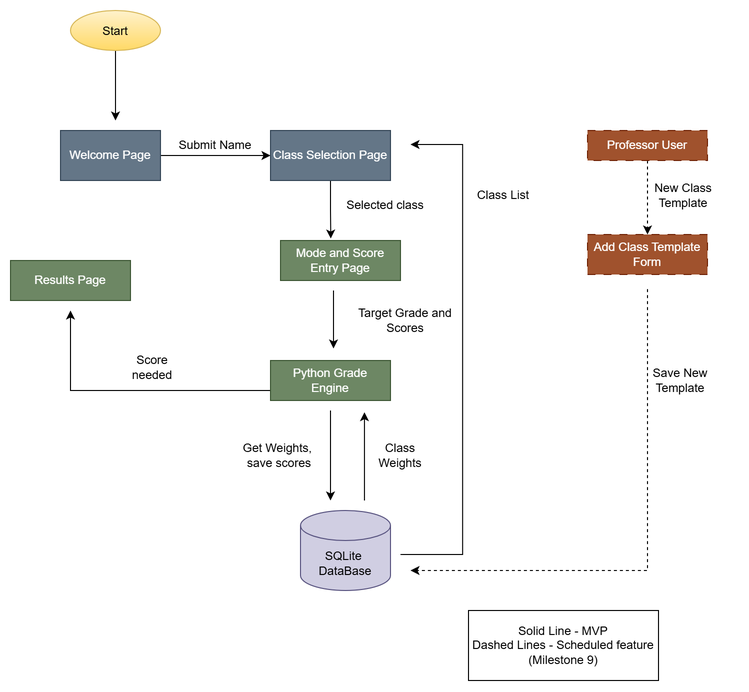
Above: SystemDiagram.drawio.png in npoduval123/Grade-Predictor- (draw.io), before the change. Source tidied: cells renumbered, new cells last; positions are measured from the earlier drawing's top-left corner, leaving out a move shared by most shapes. Its diagram source:
```xml
<mxGraphModel>
  <root>
    <mxCell id="0" />
    <mxCell id="1" parent="0" />
    <mxCell id="2" style="edgeStyle=orthogonalEdgeStyle;rounded=0;jettySize=auto;html=1;defaultLabelBackgroundColor=page;" parent="1" edge="1" source="3" target="5">
      <mxGeometry relative="1" as="geometry" />
    </mxCell>
    <mxCell id="3" value="Welcome Page" style="rounded=0;whiteSpace=wrap;html=1;fillColor=#647687;strokeColor=#314354;fontColor=#ffffff;" parent="1" vertex="1">
      <mxGeometry x="50" y="120" width="100" height="50" as="geometry" />
    </mxCell>
    <mxCell id="4" style="edgeStyle=orthogonalEdgeStyle;rounded=0;jettySize=auto;html=1;defaultLabelBackgroundColor=page;entryX=0.419;entryY=-0.049;entryDx=0;entryDy=0;entryPerimeter=0;" parent="1" edge="1" source="5" target="25">
      <mxGeometry relative="1" as="geometry" />
    </mxCell>
    <mxCell id="5" value="Class Selection Page" style="rounded=0;whiteSpace=wrap;html=1;fillColor=#647687;fontColor=#ffffff;strokeColor=#314354;" parent="1" vertex="1">
      <mxGeometry x="260" y="120" width="120" height="50" as="geometry" />
    </mxCell>
    <mxCell id="6" style="edgeStyle=orthogonalEdgeStyle;rounded=0;orthogonalLoop=1;jettySize=auto;html=1;defaultLabelBackgroundColor=page;" parent="1" edge="1">
      <mxGeometry relative="1" as="geometry">
        <mxPoint x="260" y="380" as="sourcePoint" />
        <mxPoint x="60" y="300" as="targetPoint" />
      </mxGeometry>
    </mxCell>
    <mxCell id="7" value="Python Grade&lt;div&gt;Engine&lt;/div&gt;" style="rounded=0;whiteSpace=wrap;html=1;fillColor=#6d8764;strokeColor=#3A5431;fontColor=#ffffff;" parent="1" vertex="1">
      <mxGeometry x="260" y="350" width="120" height="40" as="geometry" />
    </mxCell>
    <mxCell id="8" value="SQLite&amp;nbsp;&lt;div&gt;DataBase&lt;/div&gt;" style="shape=cylinder3;whiteSpace=wrap;html=1;boundedLbl=1;backgroundOutline=1;size=15;fillColor=#d0cee2;strokeColor=#56517e;rounded=0;" parent="1" vertex="1">
      <mxGeometry x="290" y="500" width="90" height="80" as="geometry" />
    </mxCell>
    <mxCell id="9" value="Add Class Template&lt;div&gt;Form&lt;/div&gt;" style="rounded=0;whiteSpace=wrap;html=1;dashed=1;dashPattern=8 8;fillColor=light-dark(#A0522D,#C6A569);strokeColor=light-dark(#6D1F00,#654F1B);fontColor=#ffffff;" parent="1" vertex="1">
      <mxGeometry x="577" y="224" width="120" height="40" as="geometry" />
    </mxCell>
    <mxCell id="10" style="edgeStyle=orthogonalEdgeStyle;rounded=0;jettySize=auto;html=1;defaultLabelBackgroundColor=page;dashed=1;" parent="1" edge="1" source="11" target="9">
      <mxGeometry relative="1" as="geometry" />
    </mxCell>
    <mxCell id="11" value="Professor User" style="rounded=0;whiteSpace=wrap;html=1;dashed=1;dashPattern=8 8;fillColor=light-dark(#A0522D,#C6A569);strokeColor=light-dark(#6D1F00,#654F1B);fontColor=#ffffff;" parent="1" vertex="1">
      <mxGeometry x="577" y="120" width="120" height="30" as="geometry" />
    </mxCell>
    <mxCell id="12" value="Submit Name" style="text;html=1;whiteSpace=wrap;strokeColor=none;fillColor=none;align=center;verticalAlign=middle;rounded=0;" parent="1" vertex="1">
      <mxGeometry x="150" y="120" width="110" height="30" as="geometry" />
    </mxCell>
    <mxCell id="13" style="endArrow=classic;html=1;rounded=0;defaultLabelBackgroundColor=page;" parent="1" edge="1">
      <mxGeometry x="-0.07" relative="1" as="geometry">
        <mxPoint x="320" y="400" as="sourcePoint" />
        <mxPoint x="320" y="490" as="targetPoint" />
        <Array as="points">
          <mxPoint x="320" y="430" />
        </Array>
      </mxGeometry>
    </mxCell>
    <mxCell id="14" value="Get Weights,&amp;nbsp;&lt;div&gt;save scores&lt;/div&gt;" style="text;html=1;whiteSpace=wrap;strokeColor=none;fillColor=none;align=center;verticalAlign=middle;rounded=0;" parent="1" vertex="1">
      <mxGeometry x="214" y="430" width="110" height="30" as="geometry" />
    </mxCell>
    <mxCell id="15" style="edgeStyle=orthogonalEdgeStyle;rounded=0;orthogonalLoop=1;jettySize=auto;html=1;defaultLabelBackgroundColor=page;dashed=1;" parent="1" edge="1">
      <mxGeometry x="-0.55" relative="1" as="geometry">
        <mxPoint x="637" y="278.6" as="sourcePoint" />
        <mxPoint x="400" y="560" as="targetPoint" />
        <Array as="points">
          <mxPoint x="637" y="560" />
        </Array>
      </mxGeometry>
    </mxCell>
    <mxCell id="16" value="Save New&lt;div&gt;Template&lt;/div&gt;" style="text;html=1;whiteSpace=wrap;strokeColor=none;fillColor=none;align=center;verticalAlign=middle;rounded=0;" parent="1" vertex="1">
      <mxGeometry x="615" y="355" width="110" height="30" as="geometry" />
    </mxCell>
    <mxCell id="17" value="New Class Template" style="text;html=1;whiteSpace=wrap;strokeColor=none;fillColor=none;align=center;verticalAlign=middle;rounded=0;" parent="1" vertex="1">
      <mxGeometry x="618" y="170" width="110" height="30" as="geometry" />
    </mxCell>
    <mxCell id="18" value="Solid Line - MVP&lt;div&gt;Dashed Lines - Scheduled feature&lt;/div&gt;&lt;div&gt;(Milestone 9)&lt;/div&gt;" style="rounded=0;whiteSpace=wrap;html=1;" parent="1" vertex="1">
      <mxGeometry x="458" y="600" width="190" height="70" as="geometry" />
    </mxCell>
    <mxCell id="19" style="edgeStyle=orthogonalEdgeStyle;rounded=0;jettySize=auto;html=1;defaultLabelBackgroundColor=page;" parent="1" edge="1" source="20">
      <mxGeometry relative="1" as="geometry">
        <mxPoint x="105" y="110" as="targetPoint" />
      </mxGeometry>
    </mxCell>
    <mxCell id="20" value="Start" style="ellipse;whiteSpace=wrap;html=1;shapeInside=1;rounded=0;fillColor=#fff2cc;strokeColor=#d6b656;gradientColor=#ffd966;" parent="1" vertex="1">
      <mxGeometry x="60" width="90" height="40" as="geometry" />
    </mxCell>
    <mxCell id="21" value="Results Page" style="rounded=0;whiteSpace=wrap;html=1;fillColor=#6d8764;strokeColor=#3A5431;fontColor=#ffffff;" parent="1" vertex="1">
      <mxGeometry y="250" width="120" height="40" as="geometry" />
    </mxCell>
    <mxCell id="22" value="Target Grade and Scores" style="text;html=1;whiteSpace=wrap;strokeColor=none;fillColor=none;align=center;verticalAlign=middle;rounded=0;" parent="1" vertex="1">
      <mxGeometry x="340" y="295" width="110" height="30" as="geometry" />
    </mxCell>
    <mxCell id="23" value="Score&lt;div&gt;needed&lt;/div&gt;" style="text;html=1;whiteSpace=wrap;strokeColor=none;fillColor=none;align=center;verticalAlign=middle;rounded=0;" parent="1" vertex="1">
      <mxGeometry x="87" y="342" width="110" height="30" as="geometry" />
    </mxCell>
    <mxCell id="24" style="edgeStyle=orthogonalEdgeStyle;rounded=0;orthogonalLoop=1;jettySize=auto;html=1;defaultLabelBackgroundColor=page;entryX=0.036;entryY=-0.277;entryDx=0;entryDy=0;entryPerimeter=0;" parent="1" edge="1">
      <mxGeometry x="-0.69" relative="1" as="geometry">
        <mxPoint x="354" y="490" as="sourcePoint" />
        <mxPoint x="354" y="401.7" as="targetPoint" />
      </mxGeometry>
    </mxCell>
    <mxCell id="25" value="Mode and Score Entry Page" style="rounded=0;whiteSpace=wrap;html=1;fillColor=#6d8764;strokeColor=#3A5431;fontColor=#ffffff;" parent="1" vertex="1">
      <mxGeometry x="270" y="230" width="120" height="40" as="geometry" />
    </mxCell>
    <mxCell id="26" value="Selected class" style="text;html=1;whiteSpace=wrap;strokeColor=none;fillColor=none;align=center;verticalAlign=middle;rounded=0;" parent="1" vertex="1">
      <mxGeometry x="320" y="180" width="110" height="30" as="geometry" />
    </mxCell>
    <mxCell id="27" style="edgeStyle=orthogonalEdgeStyle;rounded=0;orthogonalLoop=1;jettySize=auto;html=1;defaultLabelBackgroundColor=page;entryX=0.419;entryY=-0.049;entryDx=0;entryDy=0;entryPerimeter=0;" parent="1" edge="1">
      <mxGeometry relative="1" as="geometry">
        <mxPoint x="323" y="280" as="sourcePoint" />
        <mxPoint x="323" y="338" as="targetPoint" />
      </mxGeometry>
    </mxCell>
    <mxCell id="28" value="Class&lt;div&gt;Weights&lt;/div&gt;" style="text;html=1;whiteSpace=wrap;strokeColor=none;fillColor=none;align=center;verticalAlign=middle;rounded=0;" parent="1" vertex="1">
      <mxGeometry x="360" y="430" width="60" height="30" as="geometry" />
    </mxCell>
    <mxCell id="29" style="endArrow=classic;html=1;rounded=0;defaultLabelBackgroundColor=page;" parent="1" edge="1">
      <mxGeometry x="-0.07" relative="1" as="geometry">
        <mxPoint x="390" y="544" as="sourcePoint" />
        <mxPoint x="400" y="134" as="targetPoint" />
        <Array as="points">
          <mxPoint x="452.1" y="544" />
          <mxPoint x="452.1" y="134" />
        </Array>
      </mxGeometry>
    </mxCell>
    <mxCell id="30" value="Class List" style="text;html=1;whiteSpace=wrap;strokeColor=none;fillColor=none;align=center;verticalAlign=middle;rounded=0;" parent="1" vertex="1">
      <mxGeometry x="463" y="170" width="60" height="30" as="geometry" />
    </mxCell>
  </root>
</mxGraphModel>
```
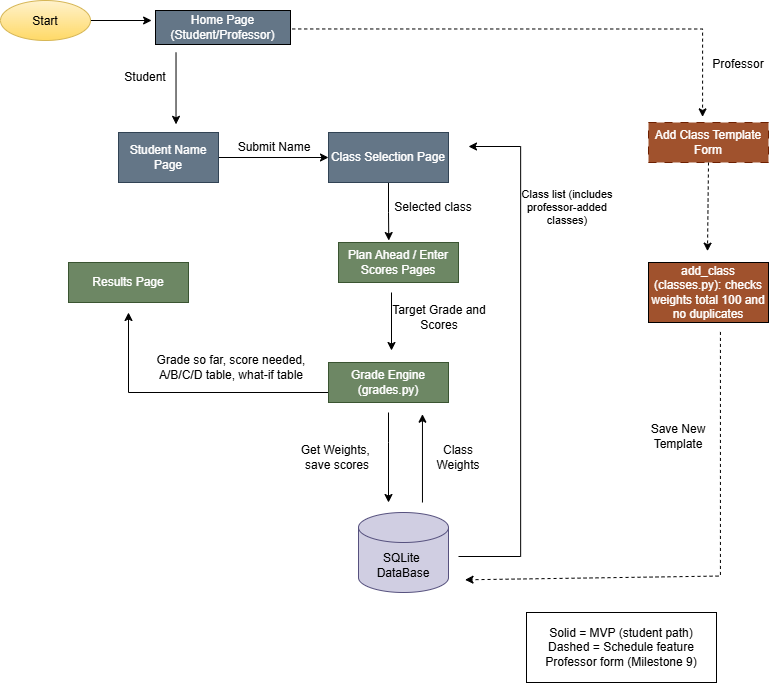
After the commit.

Commit message:
Update system diagram to match final code

Change to the diagram source:
```diff
@@ -5,7 +5,7 @@
     <mxCell id="2" style="edgeStyle=orthogonalEdgeStyle;rounded=0;jettySize=auto;html=1;defaultLabelBackgroundColor=page;" parent="1" edge="1" source="3" target="5">
       <mxGeometry relative="1" as="geometry" />
     </mxCell>
-    <mxCell id="3" value="Welcome Page" style="rounded=0;whiteSpace=wrap;html=1;fillColor=#647687;strokeColor=#314354;fontColor=#ffffff;" parent="1" vertex="1">
+    <mxCell id="3" value="Student Name Page" style="rounded=0;whiteSpace=wrap;html=1;fillColor=#647687;strokeColor=#314354;fontColor=#ffffff;" parent="1" vertex="1">
       <mxGeometry x="50" y="120" width="100" height="50" as="geometry" />
     </mxCell>
     <mxCell id="4" style="edgeStyle=orthogonalEdgeStyle;rounded=0;jettySize=auto;html=1;defaultLabelBackgroundColor=page;entryX=0.419;entryY=-0.049;entryDx=0;entryDy=0;entryPerimeter=0;" parent="1" edge="1" source="5" target="25">
@@ -20,23 +20,23 @@
         <mxPoint x="60" y="300" as="targetPoint" />
       </mxGeometry>
     </mxCell>
-    <mxCell id="7" value="Python Grade&lt;div&gt;Engine&lt;/div&gt;" style="rounded=0;whiteSpace=wrap;html=1;fillColor=#6d8764;strokeColor=#3A5431;fontColor=#ffffff;" parent="1" vertex="1">
+    <mxCell id="7" value="Grade Engine (grades.py)" style="rounded=0;whiteSpace=wrap;html=1;fillColor=#6d8764;strokeColor=#3A5431;fontColor=#ffffff;" parent="1" vertex="1">
       <mxGeometry x="260" y="350" width="120" height="40" as="geometry" />
     </mxCell>
     <mxCell id="8" value="SQLite&amp;nbsp;&lt;div&gt;DataBase&lt;/div&gt;" style="shape=cylinder3;whiteSpace=wrap;html=1;boundedLbl=1;backgroundOutline=1;size=15;fillColor=#d0cee2;strokeColor=#56517e;rounded=0;" parent="1" vertex="1">
       <mxGeometry x="290" y="500" width="90" height="80" as="geometry" />
     </mxCell>
     <mxCell id="9" value="Add Class Template&lt;div&gt;Form&lt;/div&gt;" style="rounded=0;whiteSpace=wrap;html=1;dashed=1;dashPattern=8 8;fillColor=light-dark(#A0522D,#C6A569);strokeColor=light-dark(#6D1F00,#654F1B);fontColor=#ffffff;" parent="1" vertex="1">
-      <mxGeometry x="577" y="224" width="120" height="40" as="geometry" />
+      <mxGeometry x="580" y="110" width="120" height="40" as="geometry" />
     </mxCell>
-    <mxCell id="10" style="edgeStyle=orthogonalEdgeStyle;rounded=0;jettySize=auto;html=1;defaultLabelBackgroundColor=page;dashed=1;" parent="1" edge="1" source="11" target="9">
-      <mxGeometry relative="1" as="geometry" />
+    <mxCell id="10" style="edgeStyle=orthogonalEdgeStyle;rounded=0;orthogonalLoop=1;jettySize=auto;html=1;defaultLabelBackgroundColor=page;dashed=1;" parent="1" edge="1">
+      <mxGeometry x="0.7" relative="1" as="geometry">
+        <mxPoint x="187.7" y="16.5" as="sourcePoint" />
+        <mxPoint x="634.1" y="104.4" as="targetPoint" />
+      </mxGeometry>
     </mxCell>
-    <mxCell id="11" value="Professor User" style="rounded=0;whiteSpace=wrap;html=1;dashed=1;dashPattern=8 8;fillColor=light-dark(#A0522D,#C6A569);strokeColor=light-dark(#6D1F00,#654F1B);fontColor=#ffffff;" parent="1" vertex="1">
-      <mxGeometry x="577" y="120" width="120" height="30" as="geometry" />
-    </mxCell>
-    <mxCell id="12" value="Submit Name" style="text;html=1;whiteSpace=wrap;strokeColor=none;fillColor=none;align=center;verticalAlign=middle;rounded=0;" parent="1" vertex="1">
-      <mxGeometry x="150" y="120" width="110" height="30" as="geometry" />
+    <mxCell id="12" value="Student" style="text;html=1;whiteSpace=wrap;strokeColor=none;fillColor=none;align=center;verticalAlign=middle;rounded=0;" parent="1" vertex="1">
+      <mxGeometry x="22" y="50" width="110" height="30" as="geometry" />
     </mxCell>
     <mxCell id="13" style="endArrow=classic;html=1;rounded=0;defaultLabelBackgroundColor=page;" parent="1" edge="1">
       <mxGeometry x="-0.07" relative="1" as="geometry">
@@ -50,40 +50,28 @@
     <mxCell id="14" value="Get Weights,&amp;nbsp;&lt;div&gt;save scores&lt;/div&gt;" style="text;html=1;whiteSpace=wrap;strokeColor=none;fillColor=none;align=center;verticalAlign=middle;rounded=0;" parent="1" vertex="1">
       <mxGeometry x="214" y="430" width="110" height="30" as="geometry" />
     </mxCell>
-    <mxCell id="15" style="edgeStyle=orthogonalEdgeStyle;rounded=0;orthogonalLoop=1;jettySize=auto;html=1;defaultLabelBackgroundColor=page;dashed=1;" parent="1" edge="1">
-      <mxGeometry x="-0.55" relative="1" as="geometry">
-        <mxPoint x="637" y="278.6" as="sourcePoint" />
-        <mxPoint x="400" y="560" as="targetPoint" />
-        <Array as="points">
-          <mxPoint x="637" y="560" />
-        </Array>
-      </mxGeometry>
-    </mxCell>
     <mxCell id="16" value="Save New&lt;div&gt;Template&lt;/div&gt;" style="text;html=1;whiteSpace=wrap;strokeColor=none;fillColor=none;align=center;verticalAlign=middle;rounded=0;" parent="1" vertex="1">
-      <mxGeometry x="615" y="355" width="110" height="30" as="geometry" />
+      <mxGeometry x="555" y="409" width="110" height="30" as="geometry" />
     </mxCell>
-    <mxCell id="17" value="New Class Template" style="text;html=1;whiteSpace=wrap;strokeColor=none;fillColor=none;align=center;verticalAlign=middle;rounded=0;" parent="1" vertex="1">
-      <mxGeometry x="618" y="170" width="110" height="30" as="geometry" />
-    </mxCell>
-    <mxCell id="18" value="Solid Line - MVP&lt;div&gt;Dashed Lines - Scheduled feature&lt;/div&gt;&lt;div&gt;(Milestone 9)&lt;/div&gt;" style="rounded=0;whiteSpace=wrap;html=1;" parent="1" vertex="1">
+    <mxCell id="18" value="Solid = MVP (student path) Dashed = Schedule feature Professor form (Milestone 9)" style="rounded=0;whiteSpace=wrap;html=1;" parent="1" vertex="1">
       <mxGeometry x="458" y="600" width="190" height="70" as="geometry" />
     </mxCell>
     <mxCell id="19" style="edgeStyle=orthogonalEdgeStyle;rounded=0;jettySize=auto;html=1;defaultLabelBackgroundColor=page;" parent="1" edge="1" source="20">
       <mxGeometry relative="1" as="geometry">
-        <mxPoint x="105" y="110" as="targetPoint" />
+        <mxPoint x="83.1" y="8" as="targetPoint" />
       </mxGeometry>
     </mxCell>
     <mxCell id="20" value="Start" style="ellipse;whiteSpace=wrap;html=1;shapeInside=1;rounded=0;fillColor=#fff2cc;strokeColor=#d6b656;gradientColor=#ffd966;" parent="1" vertex="1">
-      <mxGeometry x="60" width="90" height="40" as="geometry" />
+      <mxGeometry x="-68" y="-12" width="90" height="40" as="geometry" />
     </mxCell>
     <mxCell id="21" value="Results Page" style="rounded=0;whiteSpace=wrap;html=1;fillColor=#6d8764;strokeColor=#3A5431;fontColor=#ffffff;" parent="1" vertex="1">
       <mxGeometry y="250" width="120" height="40" as="geometry" />
     </mxCell>
     <mxCell id="22" value="Target Grade and Scores" style="text;html=1;whiteSpace=wrap;strokeColor=none;fillColor=none;align=center;verticalAlign=middle;rounded=0;" parent="1" vertex="1">
-      <mxGeometry x="340" y="295" width="110" height="30" as="geometry" />
+      <mxGeometry x="316" y="290" width="110" height="30" as="geometry" />
     </mxCell>
-    <mxCell id="23" value="Score&lt;div&gt;needed&lt;/div&gt;" style="text;html=1;whiteSpace=wrap;strokeColor=none;fillColor=none;align=center;verticalAlign=middle;rounded=0;" parent="1" vertex="1">
-      <mxGeometry x="87" y="342" width="110" height="30" as="geometry" />
+    <mxCell id="23" value="Grade so far, score needed, A/B/C/D table, what-if table" style="text;html=1;whiteSpace=wrap;strokeColor=none;fillColor=none;align=center;verticalAlign=middle;rounded=0;" parent="1" vertex="1">
+      <mxGeometry x="81" y="340" width="164" height="30" as="geometry" />
     </mxCell>
     <mxCell id="24" style="edgeStyle=orthogonalEdgeStyle;rounded=0;orthogonalLoop=1;jettySize=auto;html=1;defaultLabelBackgroundColor=page;entryX=0.036;entryY=-0.277;entryDx=0;entryDy=0;entryPerimeter=0;" parent="1" edge="1">
       <mxGeometry x="-0.69" relative="1" as="geometry">
@@ -91,11 +79,11 @@
         <mxPoint x="354" y="401.7" as="targetPoint" />
       </mxGeometry>
     </mxCell>
-    <mxCell id="25" value="Mode and Score Entry Page" style="rounded=0;whiteSpace=wrap;html=1;fillColor=#6d8764;strokeColor=#3A5431;fontColor=#ffffff;" parent="1" vertex="1">
+    <mxCell id="25" value="Plan Ahead / Enter Scores Pages" style="rounded=0;whiteSpace=wrap;html=1;fillColor=#6d8764;strokeColor=#3A5431;fontColor=#ffffff;" parent="1" vertex="1">
       <mxGeometry x="270" y="230" width="120" height="40" as="geometry" />
     </mxCell>
     <mxCell id="26" value="Selected class" style="text;html=1;whiteSpace=wrap;strokeColor=none;fillColor=none;align=center;verticalAlign=middle;rounded=0;" parent="1" vertex="1">
-      <mxGeometry x="320" y="180" width="110" height="30" as="geometry" />
+      <mxGeometry x="310" y="180" width="110" height="30" as="geometry" />
     </mxCell>
     <mxCell id="27" style="edgeStyle=orthogonalEdgeStyle;rounded=0;orthogonalLoop=1;jettySize=auto;html=1;defaultLabelBackgroundColor=page;entryX=0.419;entryY=-0.049;entryDx=0;entryDy=0;entryPerimeter=0;" parent="1" edge="1">
       <mxGeometry relative="1" as="geometry">
@@ -116,8 +104,39 @@
         </Array>
       </mxGeometry>
     </mxCell>
-    <mxCell id="30" value="Class List" style="text;html=1;whiteSpace=wrap;strokeColor=none;fillColor=none;align=center;verticalAlign=middle;rounded=0;" parent="1" vertex="1">
-      <mxGeometry x="463" y="170" width="60" height="30" as="geometry" />
+    <mxCell id="30" value="Class list (includes professor-added classes)" style="text;html=1;whiteSpace=wrap;strokeColor=none;fillColor=none;align=center;verticalAlign=middle;rounded=0;fontSize=11;" parent="1" vertex="1">
+      <mxGeometry x="449" y="175" width="100" height="40" as="geometry" />
     </mxCell>
+    <mxCell id="31" value="Home Page&lt;br&gt;(Student/Professor)" style="rounded=0;whiteSpace=wrap;html=1;fillColor=light-dark(#647687, #ededed);fontColor=light-dark(#ffffff, #ededed);" parent="1" vertex="1">
+      <mxGeometry x="87" y="-2" width="135" height="34" as="geometry" />
+    </mxCell>
+    <mxCell id="32" style="endArrow=classic;html=1;rounded=0;defaultLabelBackgroundColor=page;exitX=0.152;exitY=1.239;exitDx=0;exitDy=0;exitPerimeter=0;" parent="1" edge="1" source="31">
+      <mxGeometry relative="1" as="geometry">
+        <mxPoint x="107.5" y="111.8" as="targetPoint" />
+      </mxGeometry>
+    </mxCell>
+    <mxCell id="33" value="Professor" style="text;html=1;whiteSpace=wrap;strokeColor=none;fillColor=none;align=center;verticalAlign=middle;rounded=0;" parent="1" vertex="1">
+      <mxGeometry x="640" y="37" width="60" height="30" as="geometry" />
+    </mxCell>
+    <mxCell id="34" style="endArrow=classic;html=1;rounded=0;defaultLabelBackgroundColor=page;dashed=1;exitX=0.5;exitY=1;exitDx=0;exitDy=0;" parent="1" edge="1" source="9">
+      <mxGeometry x="0.88" relative="1" as="geometry">
+        <mxPoint x="639" y="238.7" as="targetPoint" />
+      </mxGeometry>
+    </mxCell>
+    <mxCell id="35" value="add_class (classes.py): checks weights total 100 and no duplicates" style="rounded=0;whiteSpace=wrap;html=1;fillColor=light-dark(#a0522d, #ededed);fontColor=light-dark(#ffffff, #ededed);" parent="1" vertex="1">
+      <mxGeometry x="580" y="250" width="120" height="60" as="geometry" />
+    </mxCell>
+    <mxCell id="36" style="endArrow=classic;html=1;rounded=0;defaultLabelBackgroundColor=page;dashed=1;" parent="1" edge="1">
+      <mxGeometry x="0.85" relative="1" as="geometry">
+        <mxPoint x="651.9" y="319.4" as="sourcePoint" />
+        <mxPoint x="396.5" y="567.3" as="targetPoint" />
+        <Array as="points">
+          <mxPoint x="651.9" y="563.5" />
+        </Array>
+      </mxGeometry>
+    </mxCell>
+    <mxCell id="37" value="Submit Name" style="text;html=1;whiteSpace=wrap;strokeColor=none;fillColor=none;align=center;verticalAlign=middle;rounded=0;" parent="1" vertex="1">
+      <mxGeometry x="146" y="120" width="120" height="30" as="geometry" />
+    </mxCell>
   </root>
 </mxGraphModel>
```
